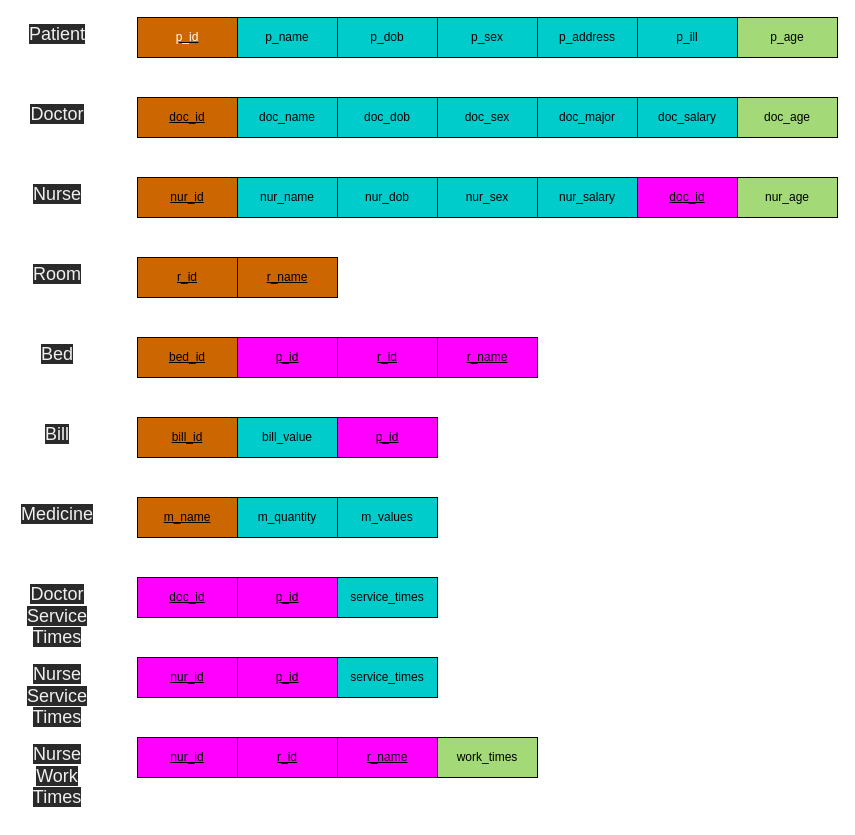
Above: Schema.drawio in HiimMinh/ProjectAdd (draw.io), before the change. Source tidied: cells renumbered, new cells numbered last; positions are measured from the earlier drawing's top-left corner, leaving out a move shared by most shapes. Both pictures are drawn from the tidied source at 100%, with x=0, y=0 at pixel (17, 17).
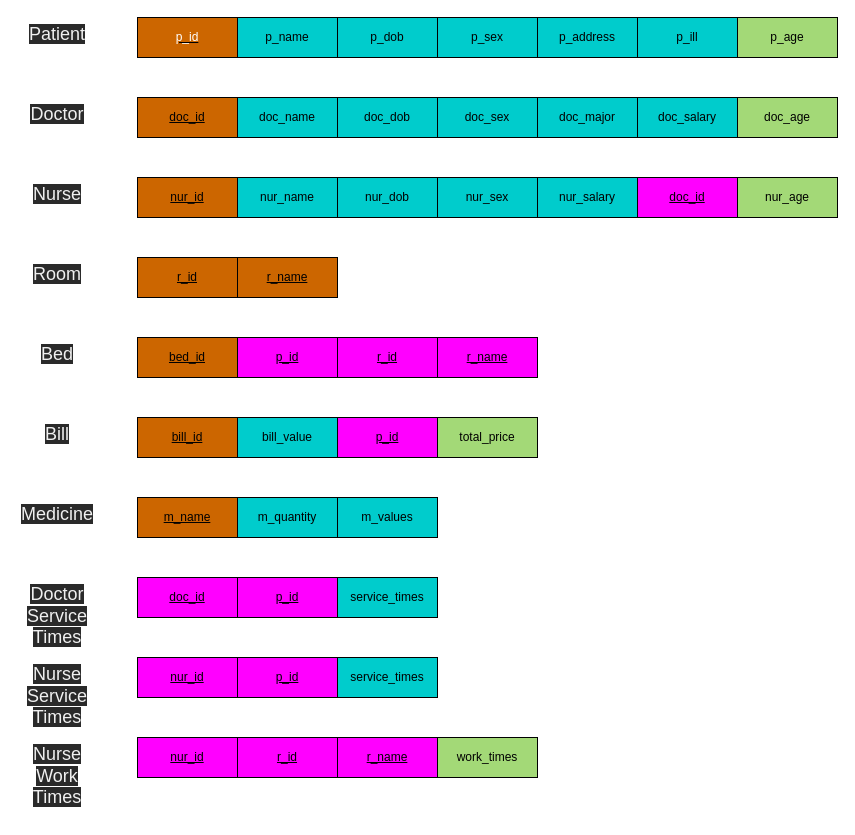
The same page after the edit.

The edit, as a diff of the source:
```diff
@@
+    <mxCell id="55" value="total_price" style="whiteSpace=wrap;html=1;align=center;fillColor=#A3D977;" parent="1" vertex="1">
+      <mxGeometry x="420" y="400" width="100" height="40" as="geometry" />
+    </mxCell>
```
